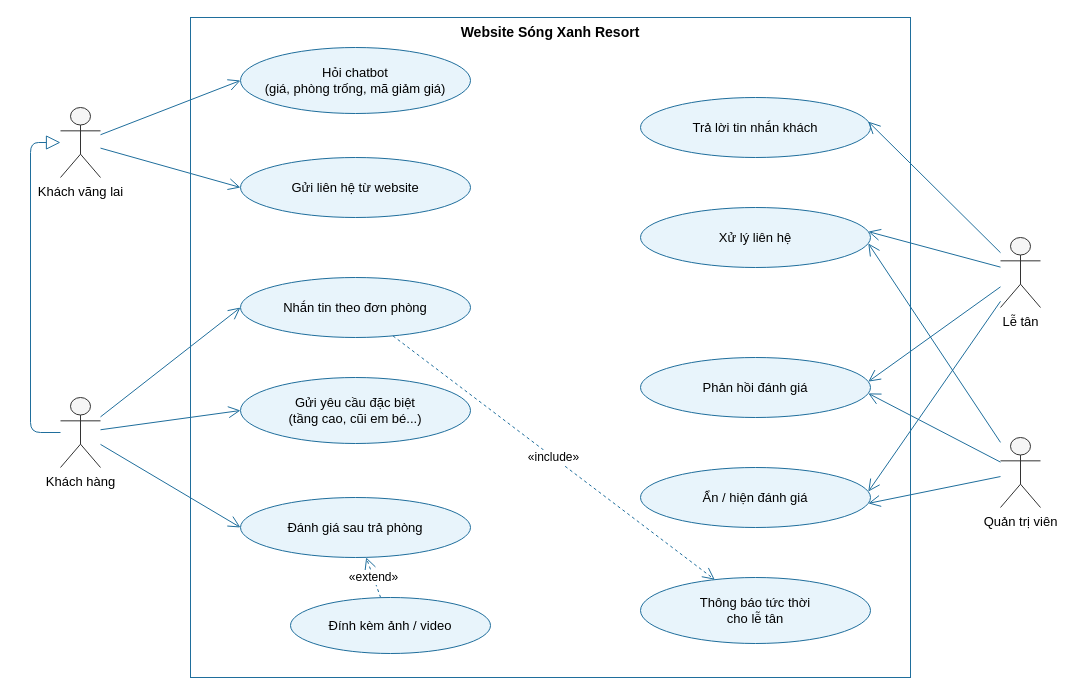
Earlier version of the draw.io diagram docs/use-case/uc8-cham-soc-khach.drawio (ngynquchn2511/beach-hotel). Source tidied: cells renumbered, new cells numbered last; positions are measured from the earlier drawing's top-left corner, leaving out a move shared by most shapes. Both pictures are drawn from the tidied source at 100%, with x=0, y=0 at pixel (30, 17).
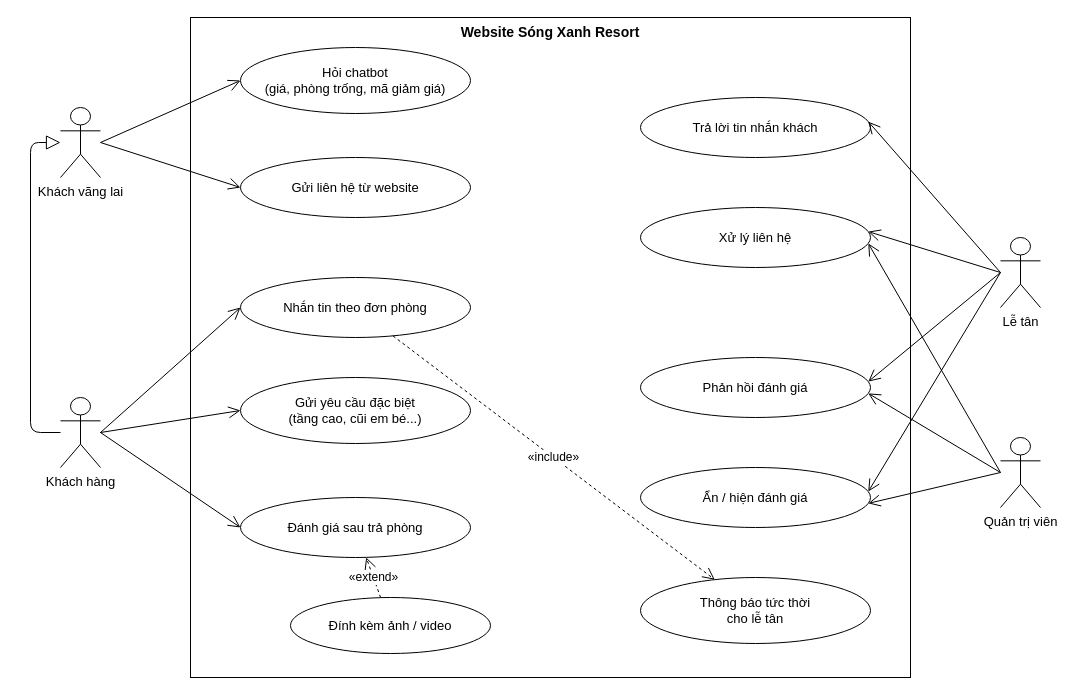
Above is the later version.

The edit, as a diff of the source:
```diff
@@
-    <mxCell id="2" value="Website Sóng Xanh Resort" style="rounded=0;whiteSpace=wrap;html=1;verticalAlign=top;fontStyle=1;fontSize=14;fillColor=none;strokeColor=#1F6E9C;" parent="1" vertex="1">
+    <mxCell id="2" value="Website Sóng Xanh Resort" style="rounded=0;whiteSpace=wrap;html=1;verticalAlign=top;fontStyle=1;fontSize=14;fillColor=none;strokeColor=#000000;" parent="1" vertex="1">
       <mxGeometry x="160" width="720" height="660" as="geometry" />
     </mxCell>
-    <mxCell id="3" value="Khách vãng lai" style="shape=umlActor;verticalLabelPosition=bottom;verticalAlign=top;html=1;outlineConnect=0;fillColor=#F5F5F5;strokeColor=#333333;fontSize=13;" parent="1" vertex="1">
+    <mxCell id="3" value="Khách vãng lai" style="shape=umlActor;verticalLabelPosition=bottom;verticalAlign=top;html=1;outlineConnect=0;fillColor=#FFFFFF;strokeColor=#000000;fontSize=13;" parent="1" vertex="1">
       <mxGeometry x="30" y="90" width="40" height="70" as="geometry" />
     </mxCell>
-    <mxCell id="4" value="Khách hàng" style="shape=umlActor;verticalLabelPosition=bottom;verticalAlign=top;html=1;outlineConnect=0;fillColor=#F5F5F5;strokeColor=#333333;fontSize=13;" parent="1" vertex="1">
+    <mxCell id="4" value="Khách hàng" style="shape=umlActor;verticalLabelPosition=bottom;verticalAlign=top;html=1;outlineConnect=0;fillColor=#FFFFFF;strokeColor=#000000;fontSize=13;" parent="1" vertex="1">
       <mxGeometry x="30" y="380" width="40" height="70" as="geometry" />
     </mxCell>
-    <mxCell id="5" value="Lễ tân" style="shape=umlActor;verticalLabelPosition=bottom;verticalAlign=top;html=1;outlineConnect=0;fillColor=#F5F5F5;strokeColor=#333333;fontSize=13;" parent="1" vertex="1">
+    <mxCell id="5" value="Lễ tân" style="shape=umlActor;verticalLabelPosition=bottom;verticalAlign=top;html=1;outlineConnect=0;fillColor=#FFFFFF;strokeColor=#000000;fontSize=13;" parent="1" vertex="1">
       <mxGeometry x="970" y="220" width="40" height="70" as="geometry" />
     </mxCell>
-    <mxCell id="6" value="Quản trị viên" style="shape=umlActor;verticalLabelPosition=bottom;verticalAlign=top;html=1;outlineConnect=0;fillColor=#F5F5F5;strokeColor=#333333;fontSize=13;" parent="1" vertex="1">
+    <mxCell id="6" value="Quản trị viên" style="shape=umlActor;verticalLabelPosition=bottom;verticalAlign=top;html=1;outlineConnect=0;fillColor=#FFFFFF;strokeColor=#000000;fontSize=13;" parent="1" vertex="1">
       <mxGeometry x="970" y="420" width="40" height="70" as="geometry" />
     </mxCell>
-    <mxCell id="7" style="endArrow=block;endFill=0;endSize=12;html=1;strokeColor=#1F6E9C;exitX=0;exitY=0.5;exitDx=0;exitDy=0;entryX=0;entryY=0.5;entryDx=0;entryDy=0;" parent="1" edge="1" source="4" target="3">
+    <mxCell id="7" style="endArrow=block;endFill=0;endSize=12;html=1;strokeColor=#000000;exitX=0;exitY=0.5;exitDx=0;exitDy=0;entryX=0;entryY=0.5;entryDx=0;entryDy=0;" parent="1" edge="1" source="4" target="3">
       <mxGeometry relative="1" as="geometry">
         <Array as="points">
           <mxPoint y="415" />
           <mxPoint y="125" />
         </Array>
       </mxGeometry>
     </mxCell>
-    <mxCell id="8" value="Hỏi chatbot&lt;br&gt;(giá, phòng trống, mã giảm giá)" style="ellipse;whiteSpace=wrap;html=1;fillColor=#E8F4FB;strokeColor=#1F6E9C;fontSize=13;" parent="1" vertex="1">
+    <mxCell id="8" value="Hỏi chatbot&lt;br&gt;(giá, phòng trống, mã giảm giá)" style="ellipse;whiteSpace=wrap;html=1;fillColor=#FFFFFF;strokeColor=#000000;fontSize=13;" parent="1" vertex="1">
       <mxGeometry x="210" y="30" width="230" height="66" as="geometry" />
     </mxCell>
-    <mxCell id="9" value="Gửi liên hệ từ website" style="ellipse;whiteSpace=wrap;html=1;fillColor=#E8F4FB;strokeColor=#1F6E9C;fontSize=13;" parent="1" vertex="1">
+    <mxCell id="9" value="Gửi liên hệ từ website" style="ellipse;whiteSpace=wrap;html=1;fillColor=#FFFFFF;strokeColor=#000000;fontSize=13;" parent="1" vertex="1">
       <mxGeometry x="210" y="140" width="230" height="60" as="geometry" />
     </mxCell>
-    <mxCell id="10" value="Nhắn tin theo đơn phòng" style="ellipse;whiteSpace=wrap;html=1;fillColor=#E8F4FB;strokeColor=#1F6E9C;fontSize=13;" parent="1" vertex="1">
+    <mxCell id="10" value="Nhắn tin theo đơn phòng" style="ellipse;whiteSpace=wrap;html=1;fillColor=#FFFFFF;strokeColor=#000000;fontSize=13;" parent="1" vertex="1">
       <mxGeometry x="210" y="260" width="230" height="60" as="geometry" />
     </mxCell>
-    <mxCell id="11" value="Gửi yêu cầu đặc biệt&lt;br&gt;(tầng cao, cũi em bé...)" style="ellipse;whiteSpace=wrap;html=1;fillColor=#E8F4FB;strokeColor=#1F6E9C;fontSize=13;" parent="1" vertex="1">
+    <mxCell id="11" value="Gửi yêu cầu đặc biệt&lt;br&gt;(tầng cao, cũi em bé...)" style="ellipse;whiteSpace=wrap;html=1;fillColor=#FFFFFF;strokeColor=#000000;fontSize=13;" parent="1" vertex="1">
       <mxGeometry x="210" y="360" width="230" height="66" as="geometry" />
     </mxCell>
-    <mxCell id="12" value="Đánh giá sau trả phòng" style="ellipse;whiteSpace=wrap;html=1;fillColor=#E8F4FB;strokeColor=#1F6E9C;fontSize=13;" parent="1" vertex="1">
+    <mxCell id="12" value="Đánh giá sau trả phòng" style="ellipse;whiteSpace=wrap;html=1;fillColor=#FFFFFF;strokeColor=#000000;fontSize=13;" parent="1" vertex="1">
       <mxGeometry x="210" y="480" width="230" height="60" as="geometry" />
     </mxCell>
-    <mxCell id="13" value="Đính kèm ảnh / video" style="ellipse;whiteSpace=wrap;html=1;fillColor=#E8F4FB;strokeColor=#1F6E9C;fontSize=13;" parent="1" vertex="1">
+    <mxCell id="13" value="Đính kèm ảnh / video" style="ellipse;whiteSpace=wrap;html=1;fillColor=#FFFFFF;strokeColor=#000000;fontSize=13;" parent="1" vertex="1">
       <mxGeometry x="260" y="580" width="200" height="56" as="geometry" />
     </mxCell>
-    <mxCell id="14" value="Trả lời tin nhắn khách" style="ellipse;whiteSpace=wrap;html=1;fillColor=#E8F4FB;strokeColor=#1F6E9C;fontSize=13;" parent="1" vertex="1">
+    <mxCell id="14" value="Trả lời tin nhắn khách" style="ellipse;whiteSpace=wrap;html=1;fillColor=#FFFFFF;strokeColor=#000000;fontSize=13;" parent="1" vertex="1">
       <mxGeometry x="610" y="80" width="230" height="60" as="geometry" />
     </mxCell>
-    <mxCell id="15" value="Xử lý liên hệ" style="ellipse;whiteSpace=wrap;html=1;fillColor=#E8F4FB;strokeColor=#1F6E9C;fontSize=13;" parent="1" vertex="1">
+    <mxCell id="15" value="Xử lý liên hệ" style="ellipse;whiteSpace=wrap;html=1;fillColor=#FFFFFF;strokeColor=#000000;fontSize=13;" parent="1" vertex="1">
       <mxGeometry x="610" y="190" width="230" height="60" as="geometry" />
     </mxCell>
-    <mxCell id="16" value="Phản hồi đánh giá" style="ellipse;whiteSpace=wrap;html=1;fillColor=#E8F4FB;strokeColor=#1F6E9C;fontSize=13;" parent="1" vertex="1">
+    <mxCell id="16" value="Phản hồi đánh giá" style="ellipse;whiteSpace=wrap;html=1;fillColor=#FFFFFF;strokeColor=#000000;fontSize=13;" parent="1" vertex="1">
       <mxGeometry x="610" y="340" width="230" height="60" as="geometry" />
     </mxCell>
-    <mxCell id="17" value="Ẩn / hiện đánh giá" style="ellipse;whiteSpace=wrap;html=1;fillColor=#E8F4FB;strokeColor=#1F6E9C;fontSize=13;" parent="1" vertex="1">
+    <mxCell id="17" value="Ẩn / hiện đánh giá" style="ellipse;whiteSpace=wrap;html=1;fillColor=#FFFFFF;strokeColor=#000000;fontSize=13;" parent="1" vertex="1">
       <mxGeometry x="610" y="450" width="230" height="60" as="geometry" />
     </mxCell>
-    <mxCell id="18" value="Thông báo tức thời&lt;br&gt;cho lễ tân" style="ellipse;whiteSpace=wrap;html=1;fillColor=#E8F4FB;strokeColor=#1F6E9C;fontSize=13;" parent="1" vertex="1">
+    <mxCell id="18" value="Thông báo tức thời&lt;br&gt;cho lễ tân" style="ellipse;whiteSpace=wrap;html=1;fillColor=#FFFFFF;strokeColor=#000000;fontSize=13;" parent="1" vertex="1">
       <mxGeometry x="610" y="560" width="230" height="66" as="geometry" />
     </mxCell>
-    <mxCell id="19" style="endArrow=open;endSize=10;html=1;strokeColor=#1F6E9C;entryX=0;entryY=0.5;entryDx=0;entryDy=0;" parent="1" edge="1" source="3" target="8">
+    <mxCell id="19" style="endArrow=open;endSize=10;html=1;strokeColor=#000000;entryX=0;entryY=0.5;entryDx=0;entryDy=0;exitX=1;exitY=0.5;exitPerimeter=0;" parent="1" edge="1" source="3" target="8">
       <mxGeometry relative="1" as="geometry" />
     </mxCell>
-    <mxCell id="20" style="endArrow=open;endSize=10;html=1;strokeColor=#1F6E9C;entryX=0;entryY=0.5;entryDx=0;entryDy=0;" parent="1" edge="1" source="3" target="9">
+    <mxCell id="20" style="endArrow=open;endSize=10;html=1;strokeColor=#000000;entryX=0;entryY=0.5;entryDx=0;entryDy=0;exitX=1;exitY=0.5;exitPerimeter=0;" parent="1" edge="1" source="3" target="9">
       <mxGeometry relative="1" as="geometry" />
     </mxCell>
-    <mxCell id="21" style="endArrow=open;endSize=10;html=1;strokeColor=#1F6E9C;entryX=0;entryY=0.5;entryDx=0;entryDy=0;" parent="1" edge="1" source="4" target="10">
+    <mxCell id="21" style="endArrow=open;endSize=10;html=1;strokeColor=#000000;entryX=0;entryY=0.5;entryDx=0;entryDy=0;exitX=1;exitY=0.5;exitPerimeter=0;" parent="1" edge="1" source="4" target="10">
       <mxGeometry relative="1" as="geometry" />
     </mxCell>
-    <mxCell id="22" style="endArrow=open;endSize=10;html=1;strokeColor=#1F6E9C;entryX=0;entryY=0.5;entryDx=0;entryDy=0;" parent="1" edge="1" source="4" target="11">
+    <mxCell id="22" style="endArrow=open;endSize=10;html=1;strokeColor=#000000;entryX=0;entryY=0.5;entryDx=0;entryDy=0;exitX=1;exitY=0.5;exitPerimeter=0;" parent="1" edge="1" source="4" target="11">
       <mxGeometry relative="1" as="geometry" />
     </mxCell>
-    <mxCell id="23" style="endArrow=open;endSize=10;html=1;strokeColor=#1F6E9C;entryX=0;entryY=0.5;entryDx=0;entryDy=0;" parent="1" edge="1" source="4" target="12">
+    <mxCell id="23" style="endArrow=open;endSize=10;html=1;strokeColor=#000000;entryX=0;entryY=0.5;entryDx=0;entryDy=0;exitX=1;exitY=0.5;exitPerimeter=0;" parent="1" edge="1" source="4" target="12">
       <mxGeometry relative="1" as="geometry" />
     </mxCell>
-    <mxCell id="24" style="endArrow=open;endSize=10;html=1;strokeColor=#1F6E9C;entryX=1;entryY=0.4;entryDx=0;entryDy=0;" parent="1" edge="1" source="5" target="14">
+    <mxCell id="24" style="endArrow=open;endSize=10;html=1;strokeColor=#000000;entryX=1;entryY=0.4;entryDx=0;entryDy=0;exitX=0;exitY=0.5;exitPerimeter=0;" parent="1" edge="1" source="5" target="14">
       <mxGeometry relative="1" as="geometry" />
     </mxCell>
-    <mxCell id="25" style="endArrow=open;endSize=10;html=1;strokeColor=#1F6E9C;entryX=1;entryY=0.4;entryDx=0;entryDy=0;" parent="1" edge="1" source="5" target="15">
+    <mxCell id="25" style="endArrow=open;endSize=10;html=1;strokeColor=#000000;entryX=1;entryY=0.4;entryDx=0;entryDy=0;exitX=0;exitY=0.5;exitPerimeter=0;" parent="1" edge="1" source="5" target="15">
       <mxGeometry relative="1" as="geometry" />
     </mxCell>
-    <mxCell id="26" style="endArrow=open;endSize=10;html=1;strokeColor=#1F6E9C;entryX=1;entryY=0.4;entryDx=0;entryDy=0;" parent="1" edge="1" source="5" target="16">
+    <mxCell id="26" style="endArrow=open;endSize=10;html=1;strokeColor=#000000;entryX=1;entryY=0.4;entryDx=0;entryDy=0;exitX=0;exitY=0.5;exitPerimeter=0;" parent="1" edge="1" source="5" target="16">
       <mxGeometry relative="1" as="geometry" />
     </mxCell>
-    <mxCell id="27" style="endArrow=open;endSize=10;html=1;strokeColor=#1F6E9C;entryX=1;entryY=0.4;entryDx=0;entryDy=0;" parent="1" edge="1" source="5" target="17">
+    <mxCell id="27" style="endArrow=open;endSize=10;html=1;strokeColor=#000000;entryX=1;entryY=0.4;entryDx=0;entryDy=0;exitX=0;exitY=0.5;exitPerimeter=0;" parent="1" edge="1" source="5" target="17">
       <mxGeometry relative="1" as="geometry" />
     </mxCell>
-    <mxCell id="28" style="endArrow=open;endSize=10;html=1;strokeColor=#1F6E9C;entryX=1;entryY=0.6;entryDx=0;entryDy=0;" parent="1" edge="1" source="6" target="16">
+    <mxCell id="28" style="endArrow=open;endSize=10;html=1;strokeColor=#000000;entryX=1;entryY=0.6;entryDx=0;entryDy=0;exitX=0;exitY=0.5;exitPerimeter=0;" parent="1" edge="1" source="6" target="16">
       <mxGeometry relative="1" as="geometry" />
     </mxCell>
-    <mxCell id="29" style="endArrow=open;endSize=10;html=1;strokeColor=#1F6E9C;entryX=1;entryY=0.6;entryDx=0;entryDy=0;" parent="1" edge="1" source="6" target="17">
+    <mxCell id="29" style="endArrow=open;endSize=10;html=1;strokeColor=#000000;entryX=1;entryY=0.6;entryDx=0;entryDy=0;exitX=0;exitY=0.5;exitPerimeter=0;" parent="1" edge="1" source="6" target="17">
       <mxGeometry relative="1" as="geometry" />
     </mxCell>
-    <mxCell id="30" style="endArrow=open;endSize=10;html=1;strokeColor=#1F6E9C;entryX=1;entryY=0.6;entryDx=0;entryDy=0;" parent="1" edge="1" source="6" target="15">
+    <mxCell id="30" style="endArrow=open;endSize=10;html=1;strokeColor=#000000;entryX=1;entryY=0.6;entryDx=0;entryDy=0;exitX=0;exitY=0.5;exitPerimeter=0;" parent="1" edge="1" source="6" target="15">
       <mxGeometry relative="1" as="geometry" />
     </mxCell>
-    <mxCell id="31" value="«extend»" style="endArrow=open;endSize=10;dashed=1;html=1;strokeColor=#1F6E9C;fontSize=12;labelBackgroundColor=#FFFFFF;" parent="1" edge="1" source="13" target="12">
+    <mxCell id="31" value="«extend»" style="endArrow=open;endSize=10;dashed=1;html=1;strokeColor=#000000;fontSize=12;labelBackgroundColor=#FFFFFF;" parent="1" edge="1" source="13" target="12">
       <mxGeometry relative="1" as="geometry" />
     </mxCell>
-    <mxCell id="32" value="«include»" style="endArrow=open;endSize=10;dashed=1;html=1;strokeColor=#1F6E9C;fontSize=12;labelBackgroundColor=#FFFFFF;" parent="1" edge="1" source="10" target="18">
+    <mxCell id="32" value="«include»" style="endArrow=open;endSize=10;dashed=1;html=1;strokeColor=#000000;fontSize=12;labelBackgroundColor=#FFFFFF;" parent="1" edge="1" source="10" target="18">
       <mxGeometry relative="1" as="geometry" />
     </mxCell>
```
